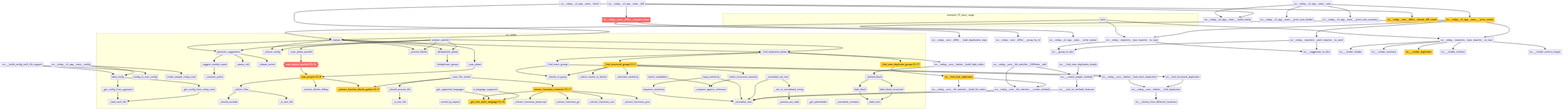
Earlier version of the Mermaid export project/flow.png (semcod/redup). Its source is kept beside it as project/flow.mmd.
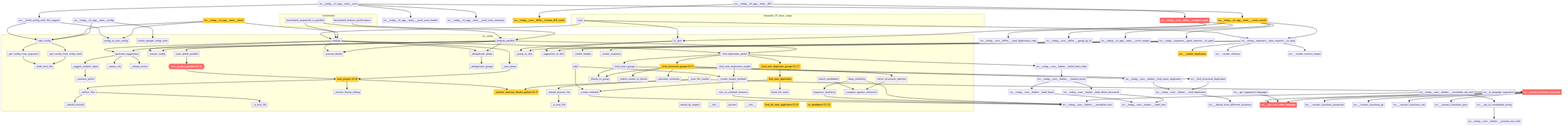
The same file after the commit.

What changed in the source:
```diff
@@ -1,4 +1,8 @@
 flowchart TD
+    subgraph benchmark
+        benchmark__benchmark_sequential_vs_parallel["benchmark_sequential_vs_parallel"]
+        benchmark__benchmark_feature_performance["benchmark_feature_performance"]
+    end
     subgraph examples_01_basic_usage
         examples__01_basic_usage__main["main"]
     end
@@ -40,37 +44,40 @@
         src__redup__core__pipeline___calculate_similarity["_calculate_similarity"]
         src___find_near_duplicate_groups("_find_near_duplicate_groups CC=11")
         src__redup__core__pipeline__analyze_parallel["analyze_parallel"]
-        src___get_tree_sitter_language("_get_tree_sitter_language CC=10")
-        src___extract_functions_javascript["_extract_functions_javascript"]
-        src___extract_functions_go["_extract_functions_go"]
-        src___extract_functions_rust["_extract_functions_rust"]
-        src___extract_functions_java["_extract_functions_java"]
-        src__extract_functions_treesitter("extract_functions_treesitter CC=11")
-        src__get_supported_languages["get_supported_languages"]
-        src__is_language_supported["is_language_supported"]
+        src__redup__core__lsh_matcher___create_minhash["_create_minhash"]
+        src___text_to_minhash_features["_text_to_minhash_features"]
+        src___create_simple_minhash["_create_simple_minhash"]
+        src____init__["__init__"]
+        src__jaccard["jaccard"]
+        src__redup__core__lsh_matcher__LSHIndex____init__["__init__"]
+        src__redup__core__lsh_matcher__LSHIndex__add["add"]
+        src__find_near_duplicates("find_near_duplicates CC=10")
+        src___find_near_duplicates_simple["_find_near_duplicates_simple"]
+        src__find_all_near_duplicates("find_all_near_duplicates CC=8")
+        src__redup__core__lsh_matcher__build_lsh_index["build_lsh_index"]
+        src__find_near_duplicates["find_near_duplicates"]
         src__redup__core__matcher__sequence_similarity["sequence_similarity"]
         src__redup__core__matcher__fuzzy_similarity["fuzzy_similarity"]
         src___compare_against_reference["_compare_against_reference"]
         src__redup__core__matcher__match_candidates["match_candidates"]
         src__refine_structural_matches["refine_structural_matches"]
-        src__redup__core__hasher___normalize_text["_normalize_text"]
-        src__redup__core__hasher___normalize_ast_text["_normalize_ast_text"]
-        src___ast_to_normalized_string["_ast_to_normalized_string"]
-        src__redup__core__hasher___process_ast_node["_process_ast_node"]
-        src__redup__core__hasher___get_placeholder["_get_placeholder"]
-        src__redup__core__hasher___normalize_constant["_normalize_constant"]
-        src__redup__core__hasher___hash_text["_hash_text"]
-        src__redup__core__hasher__hash_block["hash_block"]
-        src__redup__core__hasher__hash_block_structural["hash_block_structural"]
-        src__redup__core__hasher___hashed_block["_hashed_block"]
+        src__to_markdown("to_markdown CC=12")
+        src___group_to_dict["_group_to_dict"]
+        src___suggestion_to_dict["_suggestion_to_dict"]
+        src__redup__reporters__json_reporter__to_json["to_json"]
+        src___render_header["_render_header"]
+        src___render_summary["_render_summary"]
     end
+    examples__01_basic_usage__main --> src__redup__core__pipeline__analyze
+    examples__01_basic_usage__main --> src__redup__reporters__toon_reporter__to_toon
+    examples__01_basic_usage__main --> src__redup__reporters__json_reporter__to_json
+    benchmark__benchmark_sequential_vs_parallel --> src__redup__core__pipeline__analyze
+    benchmark__benchmark_sequential_vs_parallel --> src__redup__core__pipeline__analyze_parallel
+    benchmark__benchmark_feature_performance --> src__redup__core__pipeline__analyze_parallel
     src___get_config_from_pyproject --> src__redup__core__config___load_toml_file
     src___get_config_from_redup_toml --> src__redup__core__config___load_toml_file
     src__redup__core__config__load_config --> src___get_config_from_redup_toml
     src__redup__core__config__load_config --> src___get_config_from_pyproject
-    examples__01_basic_usage__main --> src__redup__core__pipeline__analyze
-    examples__01_basic_usage__main --> src__redup__reporters__toon_reporter__to_toon
-    examples__01_basic_usage__main --> src__redup__reporters__json_reporter__to_json
     src__redup__core__planner___suggest_module_name --> src__redup__core__planner___common_prefix
     src__redup__core__planner__generate_suggestions --> src__redup__core__planner___choose_action
     src__redup__core__planner__generate_suggestions --> src__redup__core__planner___suggest_module_name
@@ -112,18 +119,28 @@
     src__redup__core__pipeline__analyze_parallel --> src__redup__core__pipeline___find_duplicates_phase
     src__redup__core__pipeline__analyze_parallel --> src__redup__core__pipeline___deduplicate_phase
     src__redup__core__pipeline__analyze_parallel --> src__redup__core__planner__generate_suggestions
-    src__extract_functions_treesitter --> src___get_tree_sitter_language
-    src__extract_functions_treesitter --> src___extract_functions_javascript
-    src__extract_functions_treesitter --> src___extract_functions_go
-    src__extract_functions_treesitter --> src___extract_functions_rust
-    src__extract_functions_treesitter --> src___extract_functions_java
-    src__get_supported_languages --> src___get_tree_sitter_language
-    src__is_language_supported --> src___get_tree_sitter_language
+    src__redup__core__lsh_matcher___create_minhash --> src__redup__core__hasher___normalize_text
+    src___text_to_minhash_features --> src__redup__core__hasher___normalize_text
+    src___create_simple_minhash --> src___text_to_minhash_features
+    src__redup__core__lsh_matcher__LSHIndex__add --> src__redup__core__lsh_matcher___create_minhash
+    src__redup__core__lsh_matcher__LSHIndex__add --> src___create_simple_minhash
+    src__find_near_duplicates --> src__redup__core__lsh_matcher___create_minhash
+    src___find_near_duplicates_simple --> src___create_simple_minhash
+    src__find_near_duplicates --> src__redup__core__lsh_matcher__build_lsh_index
     src__redup__core__matcher__sequence_similarity --> src__redup__core__hasher___normalize_text
     src__redup__core__matcher__fuzzy_similarity --> src__redup__core__hasher___normalize_text
     src__redup__core__matcher__fuzzy_similarity --> src__redup__core__matcher__sequence_similarity
     src__redup__core__matcher__match_candidates --> src___compare_against_reference
     src__refine_structural_matches --> src___compare_against_reference
+    src__redup__reporters__json_reporter__to_json --> src___group_to_dict
+    src__redup__reporters__json_reporter__to_json --> src___suggestion_to_dict
+    src__redup__reporters__toon_reporter__to_toon --> src___render_header
+    src__redup__reporters__toon_reporter__to_toon --> src___render_summary
+    src__redup__reporters__toon_reporter__to_toon --> src___render_duplicates
+    src__redup__reporters__toon_reporter__to_toon --> src___render_refactor
+    src__redup__reporters__toon_reporter__to_toon --> src___render_metrics_target
+    src__redup__reporters__yaml_reporter__to_yaml --> src___group_to_dict
+    src__redup__reporters__yaml_reporter__to_yaml --> src___suggestion_to_dict
     src__redup__core__hasher___normalize_ast_text --> src__redup__core__hasher___normalize_text
     src__redup__core__hasher___normalize_ast_text --> src___ast_to_normalized_string
     src___ast_to_normalized_string --> src__redup__core__hasher___process_ast_node
@@ -135,43 +152,34 @@
     src__redup__core__hasher___find_duplicates --> src___blocks_from_different_locations
     src__redup__core__hasher__find_exact_duplicates --> src__redup__core__hasher___find_duplicates
     src__find_structural_duplicates --> src__redup__core__hasher___find_duplicates
-    src__redup__reporters__json_reporter__to_json --> src___group_to_dict
-    src__redup__reporters__json_reporter__to_json --> src___suggestion_to_dict
-    src__redup__reporters__yaml_reporter__to_yaml --> src___group_to_dict
-    src__redup__reporters__yaml_reporter__to_yaml --> src___suggestion_to_dict
-    src__redup__core__lsh_matcher___create_minhash --> src__redup__core__hasher___normalize_text
-    src___text_to_minhash_features --> src__redup__core__hasher___normalize_text
-    src___create_simple_minhash --> src___text_to_minhash_features
-    src__redup__core__lsh_matcher__LSHIndex__add --> src__redup__core__lsh_matcher___create_minhash
-    src__redup__core__lsh_matcher__LSHIndex__add --> src___create_simple_minhash
-    src__find_near_duplicates --> src__redup__core__lsh_matcher___create_minhash
-    src___find_near_duplicates_simple --> src___create_simple_minhash
-    src__find_near_duplicates --> src__redup__core__lsh_matcher__build_lsh_index
+    src__extract_functions_treesitter --> src___get_tree_sitter_language
+    src__extract_functions_treesitter --> src___extract_functions_javascript
+    src__extract_functions_treesitter --> src___extract_functions_go
+    src__extract_functions_treesitter --> src___extract_functions_rust
+    src__extract_functions_treesitter --> src___extract_functions_java
+    src__get_supported_languages --> src___get_tree_sitter_language
+    src__is_language_supported --> src___get_tree_sitter_language
     src__redup__core__differ__compare_scans --> src__redup__core__differ___load_duplication_map
     src__redup__core__differ__compare_scans --> src__redup__core__differ___group_by_id
-    src__redup__reporters__toon_reporter__to_toon --> src___render_header
-    src__redup__reporters__toon_reporter__to_toon --> src___render_summary
-    src__redup__reporters__toon_reporter__to_toon --> src___render_duplicates
-    src__redup__reporters__toon_reporter__to_toon --> src___render_refactor
-    src__redup__reporters__toon_reporter__to_toon --> src___render_metrics_target
     src___build_config_with_file_support --> src__redup__core__config__load_config
     src___build_config_with_file_support --> src__redup__core__config__config_to_scan_config
     src__redup__cli_app__main___write_results --> src__redup__cli_app__main___write_output
     src__redup__cli_app__main___write_results --> src__redup__reporters__json_reporter__to_json
     src__redup__cli_app__main___write_results --> src__redup__reporters__yaml_reporter__to_yaml
     src__redup__cli_app__main___write_results --> src__redup__reporters__toon_reporter__to_toon
-    src__redup__cli_app__main__scan --> src__redup__cli_app__main___build_config
+    src__redup__cli_app__main__scan --> src___build_config_with_file_support
     src__redup__cli_app__main__scan --> src__redup__cli_app__main___print_scan_header
     src__redup__cli_app__main__scan --> src__redup__cli_app__main___print_scan_summary
     src__redup__cli_app__main__scan --> src__redup__cli_app__main___write_results
     src__redup__cli_app__main__diff --> src__redup__core__differ__compare_scans
     src__redup__cli_app__main__diff --> src__redup__core__differ__format_diff_result
-    src__redup__cli_app__main__check --> src__redup__cli_app__main___build_config
+    src__redup__cli_app__main__check --> src__redup__core__config__load_config
+    src__redup__cli_app__main__check --> src__redup__core__config__config_to_scan_config
     src__redup__cli_app__main__check --> src__redup__core__pipeline__analyze
     src__redup__cli_app__main__config --> src__redup__core__config__create_sample_redup_toml
     src__redup__cli_app__main__config --> src__redup__core__config__load_config
 
     classDef highCC fill:#ff6b6b,stroke:#c92a2a,color:#fff
     classDef medCC fill:#ffd43b,stroke:#f08c00,color:#000
-    class src__scan_project_parallel,src__redup__core__differ__compare_scans highCC
-    class src___extract_function_blocks_python,src__redup__core__scanner__scan_project,src___find_structural_groups,src___find_near_duplicate_groups,src___get_tree_sitter_language,src__extract_functions_treesitter,src__to_markdown,src__find_near_duplicates,src__find_all_near_duplicates,src__redup__core__differ__format_diff_result,src___render_duplicates,src__redup__cli_app__main___write_results medCC
+    class src__scan_project_parallel,src___get_tree_sitter_language,src__extract_functions_treesitter,src__redup__core__differ__compare_scans highCC
+    class src___extract_function_blocks_python,src__redup__core__scanner__scan_project,src___find_structural_groups,src___find_near_duplicate_groups,src__find_near_duplicates,src__find_all_near_duplicates,src__to_markdown,src___render_duplicates,src__redup__core__differ__format_diff_result,src__redup__cli_app__main___write_results,src__redup__cli_app__main__check medCC
```
